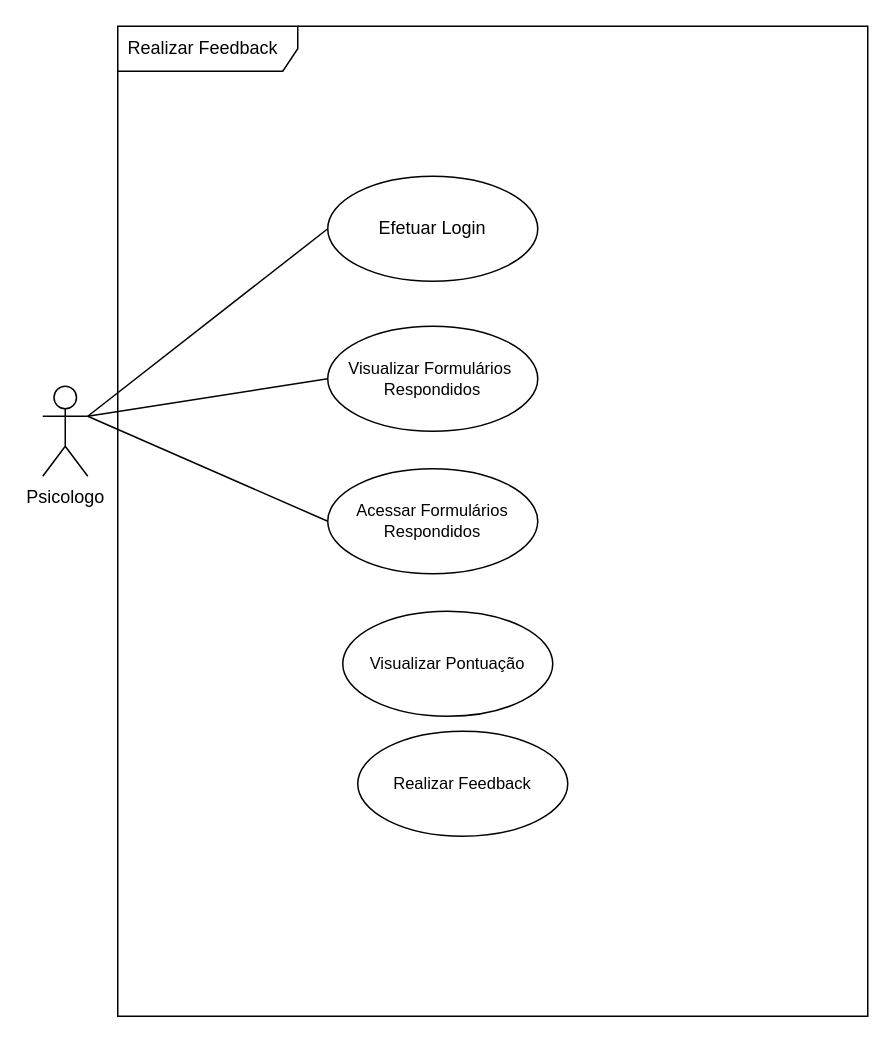
The draw.io diagram use-case-feedback.drawio in charlesYS/use-case-chillout, before the edit. Source tidied: cells renumbered, new cells numbered last; positions are measured from the earlier drawing's top-left corner, leaving out a move shared by most shapes. Both pictures are drawn from the tidied source at 150%, with x=0, y=0 at pixel (42, 26).
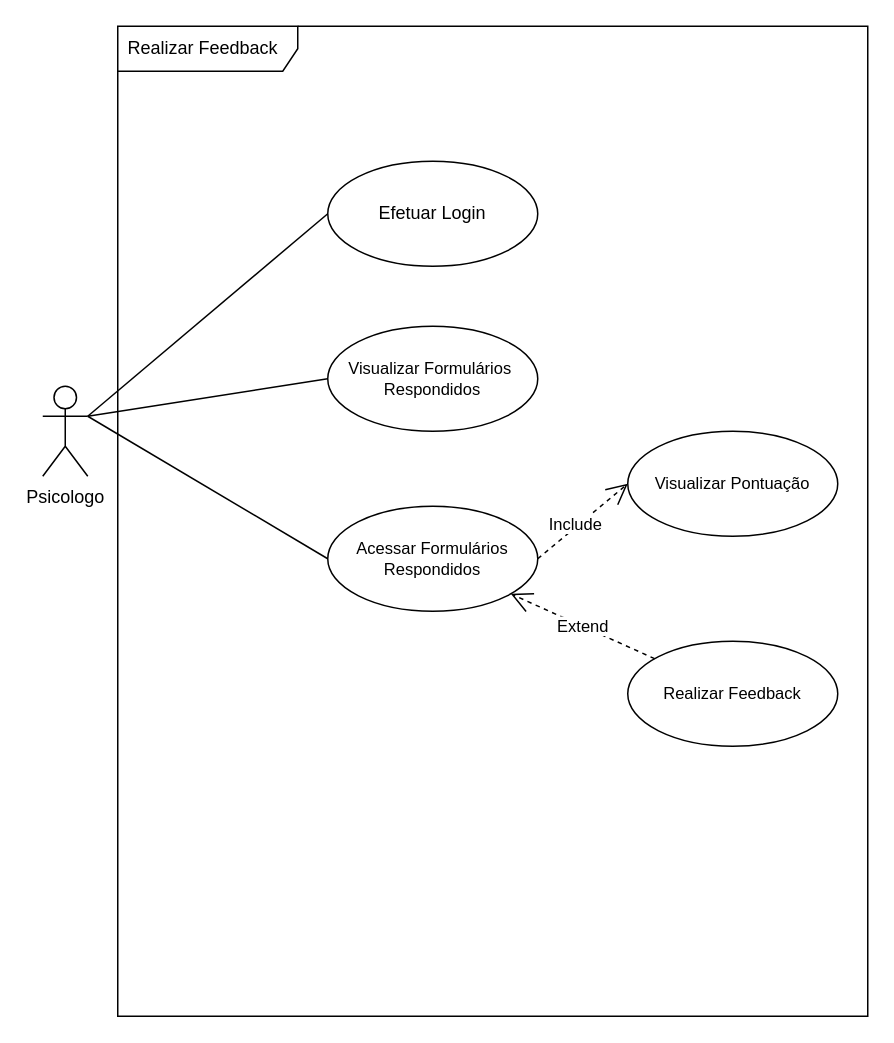
The same page after the edit.

What changed in the source:
```diff
@@
 <mxGraphModel>
   <root>
     <mxCell id="0" />
     <mxCell id="1" parent="0" />
     <mxCell id="2" value="Realizar Feedback" style="shape=umlFrame;whiteSpace=wrap;html=1;width=120;height=30;boundedLbl=1;verticalAlign=middle;align=left;spacingLeft=5;" parent="1" vertex="1">
       <mxGeometry x="50" width="500" height="660" as="geometry" />
     </mxCell>
     <mxCell id="3" style="edgeStyle=none;shape=connector;rounded=0;jettySize=auto;html=1;exitX=1;exitY=0.3333333333333333;exitDx=0;exitDy=0;exitPerimeter=0;entryX=0;entryY=0.5;entryDx=0;entryDy=0;labelBackgroundColor=default;fontFamily=Helvetica;fontSize=11;fontColor=default;endArrow=none;strokeColor=default;" parent="1" edge="1" source="5" target="8">
       <mxGeometry relative="1" as="geometry" />
     </mxCell>
     <mxCell id="4" style="edgeStyle=none;shape=connector;rounded=0;jettySize=auto;html=1;exitX=1;exitY=0.3333333333333333;exitDx=0;exitDy=0;exitPerimeter=0;entryX=0;entryY=0.5;entryDx=0;entryDy=0;labelBackgroundColor=default;fontFamily=Helvetica;fontSize=11;fontColor=default;endArrow=none;strokeColor=default;" parent="1" edge="1" source="5" target="9">
       <mxGeometry relative="1" as="geometry" />
     </mxCell>
     <mxCell id="5" value="Psicologo" style="shape=umlActor;verticalLabelPosition=bottom;verticalAlign=top;html=1;" parent="1" vertex="1">
       <mxGeometry y="240" width="30" height="60" as="geometry" />
     </mxCell>
     <mxCell id="6" value="Efetuar Login" style="ellipse;whiteSpace=wrap;html=1;" parent="1" vertex="1">
-      <mxGeometry x="190" y="100" width="140" height="70" as="geometry" />
+      <mxGeometry x="190" y="90" width="140" height="70" as="geometry" />
     </mxCell>
     <mxCell id="7" style="endArrow=none;html=1;rounded=0;exitX=1;exitY=0.3333333333333333;exitDx=0;exitDy=0;exitPerimeter=0;entryX=0;entryY=0.5;entryDx=0;entryDy=0;" parent="1" edge="1" source="5" target="6">
       <mxGeometry relative="1" as="geometry" />
     </mxCell>
     <mxCell id="8" value="Visualizar Formulários&amp;nbsp;&lt;br&gt;Respondidos" style="ellipse;whiteSpace=wrap;html=1;fontFamily=Helvetica;fontSize=11;fontColor=default;" parent="1" vertex="1">
       <mxGeometry x="190" y="200" width="140" height="70" as="geometry" />
     </mxCell>
     <mxCell id="9" value="Acessar Formulários Respondidos" style="ellipse;whiteSpace=wrap;html=1;fontFamily=Helvetica;fontSize=11;fontColor=default;" parent="1" vertex="1">
-      <mxGeometry x="190" y="295" width="140" height="70" as="geometry" />
+      <mxGeometry x="190" y="320" width="140" height="70" as="geometry" />
     </mxCell>
     <mxCell id="10" value="Visualizar Pontuação" style="ellipse;whiteSpace=wrap;html=1;fontFamily=Helvetica;fontSize=11;fontColor=default;" parent="1" vertex="1">
-      <mxGeometry x="200" y="390" width="140" height="70" as="geometry" />
+      <mxGeometry x="390" y="270" width="140" height="70" as="geometry" />
     </mxCell>
     <mxCell id="11" value="Realizar Feedback" style="ellipse;whiteSpace=wrap;html=1;fontFamily=Helvetica;fontSize=11;fontColor=default;" parent="1" vertex="1">
-      <mxGeometry x="210" y="470" width="140" height="70" as="geometry" />
+      <mxGeometry x="390" y="410" width="140" height="70" as="geometry" />
     </mxCell>
+    <mxCell id="12" value="Include" style="endArrow=open;endSize=12;dashed=1;html=1;rounded=0;entryX=0;entryY=0.5;entryDx=0;entryDy=0;exitX=1;exitY=0.5;exitDx=0;exitDy=0;" parent="1" edge="1" source="9" target="10">
+      <mxGeometry x="-0.12" y="2" relative="1" as="geometry" />
+    </mxCell>
+    <mxCell id="13" value="Extend" style="endArrow=open;endSize=12;dashed=1;html=1;rounded=0;" parent="1" edge="1" source="11" target="9">
+      <mxGeometry relative="1" as="geometry" />
+    </mxCell>
   </root>
 </mxGraphModel>
```
